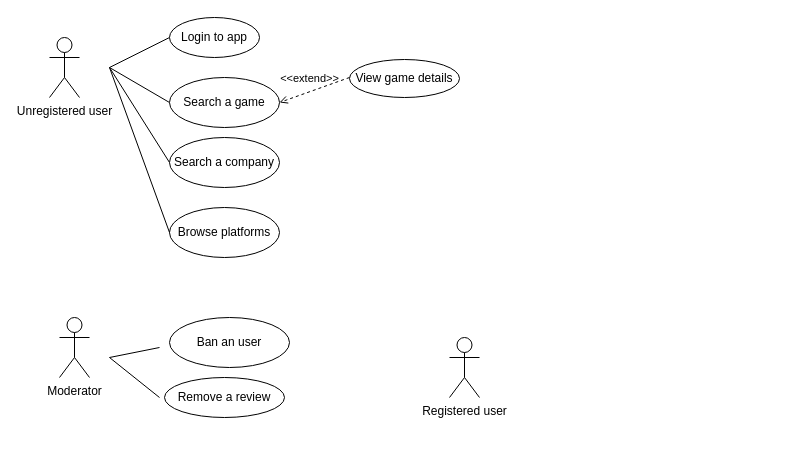
This is UML diagrams/UML use case diagram.drawio from lorenzoceccanti/pixelindex, a draw.io file, before an edit. Source tidied: cells renumbered, new cells numbered last; positions are measured from the earlier drawing's top-left corner, leaving out a move shared by most shapes. Both pictures are drawn from the tidied source at 100%, with x=0, y=0 at pixel (49, 17).
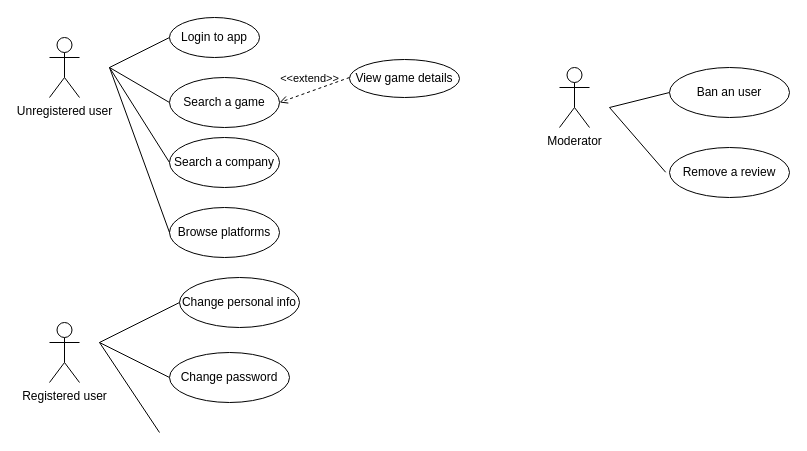
The same page after the edit.

What changed in the source:
```diff
@@
     <mxCell id="2" value="Registered user" style="shape=umlActor;verticalLabelPosition=bottom;verticalAlign=top;html=1;" parent="1" vertex="1">
-      <mxGeometry x="400" y="320" width="30" height="60" as="geometry" />
+      <mxGeometry y="305" width="30" height="60" as="geometry" />
     </mxCell>
@@
     <mxCell id="4" value="Moderator" style="shape=umlActor;verticalLabelPosition=bottom;verticalAlign=top;html=1;" parent="1" vertex="1">
-      <mxGeometry x="10" y="300" width="30" height="60" as="geometry" />
+      <mxGeometry x="510" y="50" width="30" height="60" as="geometry" />
     </mxCell>
@@
-    <mxCell id="15" style="endArrow=none;html=1;rounded=0;" parent="1" edge="1">
+    <mxCell id="15" style="endArrow=none;html=1;rounded=0;entryX=0;entryY=0.5;entryDx=0;entryDy=0;" parent="1" edge="1" target="16">
       <mxGeometry relative="1" as="geometry">
-        <mxPoint x="60" y="340" as="sourcePoint" />
-        <mxPoint x="110" y="330" as="targetPoint" />
+        <mxPoint x="560" y="90" as="sourcePoint" />
       </mxGeometry>
     </mxCell>
     <mxCell id="16" value="Ban an user" style="ellipse;whiteSpace=wrap;html=1;" parent="1" vertex="1">
-      <mxGeometry x="120" y="300" width="120" height="50" as="geometry" />
+      <mxGeometry x="620" y="50" width="120" height="50" as="geometry" />
     </mxCell>
-    <mxCell id="17" style="endArrow=none;html=1;rounded=0;" parent="1" edge="1">
+    <mxCell id="17" style="endArrow=none;html=1;rounded=0;entryX=-0.032;entryY=0.495;entryDx=0;entryDy=0;entryPerimeter=0;" parent="1" edge="1" target="18">
       <mxGeometry relative="1" as="geometry">
-        <mxPoint x="60" y="340" as="sourcePoint" />
-        <mxPoint x="110" y="380" as="targetPoint" />
+        <mxPoint x="560" y="90" as="sourcePoint" />
       </mxGeometry>
     </mxCell>
     <mxCell id="18" value="Remove a review" style="ellipse;whiteSpace=wrap;html=1;" parent="1" vertex="1">
-      <mxGeometry x="115" y="360" width="120" height="40" as="geometry" />
+      <mxGeometry x="620" y="130" width="120" height="50" as="geometry" />
     </mxCell>
+    <mxCell id="19" style="endArrow=none;html=1;rounded=0;entryX=0;entryY=0.5;entryDx=0;entryDy=0;" parent="1" edge="1" target="20">
+      <mxGeometry relative="1" as="geometry">
+        <mxPoint x="50" y="325" as="sourcePoint" />
+      </mxGeometry>
+    </mxCell>
+    <mxCell id="20" value="Change personal info" style="ellipse;whiteSpace=wrap;html=1;" parent="1" vertex="1">
+      <mxGeometry x="130" y="260" width="120" height="50" as="geometry" />
+    </mxCell>
+    <mxCell id="21" style="endArrow=none;html=1;rounded=0;entryX=0;entryY=0.5;entryDx=0;entryDy=0;" parent="1" edge="1" target="22">
+      <mxGeometry relative="1" as="geometry">
+        <mxPoint x="50" y="325" as="sourcePoint" />
+      </mxGeometry>
+    </mxCell>
+    <mxCell id="22" value="Change password" style="ellipse;whiteSpace=wrap;html=1;" parent="1" vertex="1">
+      <mxGeometry x="120" y="335" width="120" height="50" as="geometry" />
+    </mxCell>
+    <mxCell id="23" style="endArrow=none;html=1;rounded=0;" parent="1" edge="1">
+      <mxGeometry relative="1" as="geometry">
+        <mxPoint x="50" y="325" as="sourcePoint" />
+        <mxPoint x="110" y="415" as="targetPoint" />
+      </mxGeometry>
+    </mxCell>
```
